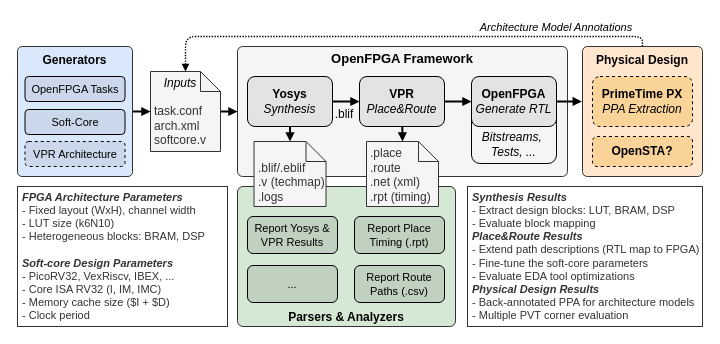
Above: page "platform" (1 of 4) of docs/images/openfpga-softcores.drawio in lnis-uofu/OpenFPGA-Softcores (draw.io), before the change. Source tidied: cells renumbered, new cells numbered last; positions are measured from the earlier drawing's top-left corner, leaving out a move shared by most shapes. Both pictures are drawn from the tidied source at 100%, with x=0, y=0 at pixel (17, 17).
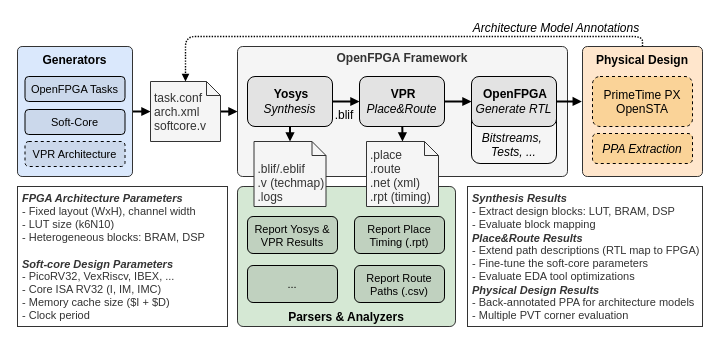
After the change.

The edit, as a diff of the source:
```diff
@@
-    <mxCell id="2" value="Parsers &amp;amp; Analyzers" style="rounded=1;whiteSpace=wrap;html=1;fillColor=#d5e8d4;strokeColor=#333333;fontStyle=1;verticalAlign=bottom;arcSize=4;" parent="1" vertex="1">
+    <mxCell id="2" value="Parsers &amp; Analyzers" style="rounded=1;fillColor=#d5e8d4;strokeColor=#333333;fontStyle=1;verticalAlign=bottom;arcSize=4;" parent="1" vertex="1">
       <mxGeometry x="220" y="169" width="218" height="140" as="geometry" />
     </mxCell>
-    <mxCell id="3" value="&lt;font style=&quot;font-size: 13px;&quot; color=&quot;#000000&quot;&gt;OpenFPGA Framework&lt;/font&gt;" style="rounded=1;whiteSpace=wrap;html=1;fillColor=#f5f5f5;fontColor=#333333;strokeColor=#333333;fontStyle=1;verticalAlign=top;spacingTop=-2;absoluteArcSize=0;imageHeight=24;arcSize=4;" parent="1" vertex="1">
+    <mxCell id="3" value="OpenFPGA Framework" style="rounded=1;fillColor=#f5f5f5;fontColor=#333333;strokeColor=#333333;fontStyle=1;verticalAlign=top;spacingTop=-2;absoluteArcSize=0;imageHeight=24;arcSize=4;" parent="1" vertex="1">
       <mxGeometry x="220" y="29" width="330" height="130" as="geometry" />
     </mxCell>
-    <mxCell id="4" style="rounded=0;jettySize=auto;html=1;entryX=0;entryY=0.5;entryDx=0;entryDy=0;endArrow=block;endFill=1;strokeWidth=2;endSize=4;startSize=4;" parent="1" edge="1" source="6" target="9">
+    <mxCell id="4" style="rounded=0;jettySize=auto;entryX=0;entryY=0.5;entryDx=0;entryDy=0;endArrow=block;endFill=1;strokeWidth=2;endSize=4;startSize=4;" parent="1" edge="1" source="6" target="9">
       <mxGeometry relative="1" as="geometry" />
     </mxCell>
-    <mxCell id="5" style="rounded=0;jettySize=auto;html=1;entryX=0.5;entryY=0;entryDx=0;entryDy=0;entryPerimeter=0;endArrow=block;endFill=1;strokeWidth=2;endSize=4;startSize=4;" parent="1" edge="1" source="6" target="13">
+    <mxCell id="5" style="rounded=0;jettySize=auto;entryX=0.5;entryY=0;entryDx=0;entryDy=0;entryPerimeter=0;endArrow=block;endFill=1;strokeWidth=2;endSize=4;startSize=4;" parent="1" edge="1" source="6" target="13">
       <mxGeometry relative="1" as="geometry" />
     </mxCell>
-    <mxCell id="6" value="&lt;b&gt;Yosys&lt;/b&gt;&lt;br&gt;&lt;i&gt;Synthesis&lt;/i&gt;" style="rounded=1;whiteSpace=wrap;html=1;fillColor=#E3E3E3;strokeColor=#000000;fontColor=#000000;" parent="1" vertex="1">
+    <mxCell id="6" value="&#10;Synthesis" style="rounded=1;fillColor=#E3E3E3;strokeColor=#000000;fontColor=#000000;fontStyle=2;" parent="1" vertex="1">
       <mxGeometry x="230" y="59" width="85" height="50" as="geometry" />
     </mxCell>
-    <mxCell id="7" style="rounded=0;jettySize=auto;html=1;entryX=0;entryY=0.5;entryDx=0;entryDy=0;endArrow=block;endFill=1;strokeWidth=2;endSize=4;startSize=4;" parent="1" edge="1" source="9" target="33">
+    <mxCell id="7" style="rounded=0;jettySize=auto;entryX=0;entryY=0.5;entryDx=0;entryDy=0;endArrow=block;endFill=1;strokeWidth=2;endSize=4;startSize=4;" parent="1" edge="1" source="9" target="33">
       <mxGeometry relative="1" as="geometry" />
     </mxCell>
-    <mxCell id="8" style="rounded=0;jettySize=auto;html=1;entryX=0.5;entryY=0;entryDx=0;entryDy=0;entryPerimeter=0;endArrow=block;endFill=1;strokeWidth=2;endSize=4;startSize=4;" parent="1" edge="1" source="9" target="12">
+    <mxCell id="8" style="rounded=0;jettySize=auto;entryX=0.5;entryY=0;entryDx=0;entryDy=0;entryPerimeter=0;endArrow=block;endFill=1;strokeWidth=2;endSize=4;startSize=4;" parent="1" edge="1" source="9" target="12">
       <mxGeometry relative="1" as="geometry" />
     </mxCell>
-    <mxCell id="9" value="&lt;b&gt;VPR&lt;/b&gt;&lt;br&gt;&lt;i&gt;Place&amp;amp;Route&lt;/i&gt;" style="rounded=1;whiteSpace=wrap;html=1;fillColor=#E3E3E3;strokeColor=#000000;fontColor=#000000;" parent="1" vertex="1">
+    <mxCell id="9" value="&#10;Place&amp;Route" style="rounded=1;fillColor=#E3E3E3;strokeColor=#000000;fontColor=#000000;fontStyle=2;" parent="1" vertex="1">
       <mxGeometry x="342" y="59" width="85" height="50" as="geometry" />
     </mxCell>
-    <mxCell id="10" style="rounded=0;jettySize=auto;html=1;endArrow=block;endFill=1;strokeWidth=2;endSize=4;startSize=4;exitX=1;exitY=0.5;exitDx=0;exitDy=0;entryX=-0.006;entryY=0.423;entryDx=0;entryDy=0;entryPerimeter=0;" parent="1" edge="1" source="33" target="28">
+    <mxCell id="10" style="rounded=0;jettySize=auto;endArrow=block;endFill=1;strokeWidth=2;endSize=4;startSize=4;exitX=1;exitY=0.5;exitDx=0;exitDy=0;entryX=-0.006;entryY=0.423;entryDx=0;entryDy=0;entryPerimeter=0;" parent="1" edge="1" source="33" target="28">
       <mxGeometry relative="1" as="geometry" />
     </mxCell>
-    <mxCell id="11" value=".blif" style="text;html=1;strokeColor=none;fillColor=none;align=center;verticalAlign=middle;whiteSpace=wrap;rounded=0;" parent="1" vertex="1">
+    <mxCell id="11" value=".blif" style="text;strokeColor=none;fillColor=none;align=center;verticalAlign=middle;rounded=0;" parent="1" vertex="1">
       <mxGeometry x="307" y="86.5" width="40" height="20" as="geometry" />
     </mxCell>
-    <mxCell id="12" value="&lt;div&gt;&lt;span&gt;.place&lt;/span&gt;&lt;/div&gt;&lt;div&gt;&lt;span&gt;.route&lt;/span&gt;&lt;/div&gt;&lt;div&gt;&lt;span&gt;.net (xml)&lt;/span&gt;&lt;/div&gt;&lt;div&gt;&lt;span&gt;.rpt (timing)&lt;/span&gt;&lt;/div&gt;" style="shape=note;size=20;whiteSpace=wrap;html=1;align=left;verticalAlign=bottom;spacingTop=0;spacingLeft=2;fillColor=#f5f5f5;strokeColor=#333333;fontColor=#333333;" parent="1" vertex="1">
+    <mxCell id="12" value=".place&#10;.route&#10;.net (xml)&#10;.rpt (timing)" style="shape=note;size=14;align=left;verticalAlign=bottom;spacingTop=0;spacingLeft=2;fillColor=#f5f5f5;strokeColor=#333333;fontColor=#333333;" parent="1" vertex="1">
       <mxGeometry x="349" y="124" width="72" height="65" as="geometry" />
     </mxCell>
-    <mxCell id="13" value="&lt;div&gt;&lt;span style=&quot;background-color: initial;&quot;&gt;.blif/.eblif&lt;/span&gt;&lt;br&gt;&lt;/div&gt;&lt;div&gt;&lt;span style=&quot;background-color: initial;&quot;&gt;.v (techmap)&lt;br&gt;&lt;/span&gt;&lt;span style=&quot;background-color: initial;&quot;&gt;.logs&lt;/span&gt;&lt;/div&gt;" style="shape=note;size=20;whiteSpace=wrap;html=1;align=left;verticalAlign=bottom;spacingTop=0;spacingLeft=2;fillColor=#f5f5f5;strokeColor=#333333;fontColor=#333333;" parent="1" vertex="1">
+    <mxCell id="13" value=".blif/.eblif&#10;.v (techmap)&#10;.logs" style="shape=note;size=14;align=left;verticalAlign=bottom;spacingTop=0;spacingLeft=2;fillColor=#f5f5f5;strokeColor=#333333;fontColor=#333333;" parent="1" vertex="1">
       <mxGeometry x="236.5" y="124" width="72" height="65" as="geometry" />
     </mxCell>
-    <mxCell id="14" style="edgeStyle=none;rounded=0;jettySize=auto;html=1;entryX=0;entryY=0.5;entryDx=0;entryDy=0;entryPerimeter=0;fontSize=11;fontColor=#000000;endArrow=block;endFill=1;strokeWidth=2;endSize=4;startSize=4;" parent="1" edge="1" source="15" target="17">
+    <mxCell id="14" style="edgeStyle=none;rounded=0;jettySize=auto;entryX=0;entryY=0.5;entryDx=0;entryDy=0;entryPerimeter=0;fontSize=11;fontColor=#000000;endArrow=block;endFill=1;strokeWidth=2;endSize=4;startSize=4;" parent="1" edge="1" source="15" target="17">
       <mxGeometry relative="1" as="geometry" />
     </mxCell>
-    <mxCell id="15" value="Generators" style="rounded=1;whiteSpace=wrap;html=1;fillColor=#dae8fc;strokeColor=#333333;fontStyle=1;verticalAlign=top;arcSize=4;" parent="1" vertex="1">
+    <mxCell id="15" value="Generators" style="rounded=1;fillColor=#dae8fc;strokeColor=#333333;fontStyle=1;verticalAlign=top;arcSize=4;" parent="1" vertex="1">
       <mxGeometry y="29" width="115" height="130" as="geometry" />
     </mxCell>
-    <mxCell id="16" style="edgeStyle=none;rounded=0;jettySize=auto;html=1;entryX=0;entryY=0.5;entryDx=0;entryDy=0;fontSize=11;fontColor=#000000;endArrow=block;endFill=1;strokeWidth=2;endSize=4;startSize=4;" parent="1" edge="1" source="17" target="3">
+    <mxCell id="16" style="edgeStyle=none;rounded=0;jettySize=auto;entryX=0;entryY=0.5;entryDx=0;entryDy=0;fontSize=11;fontColor=#000000;endArrow=block;endFill=1;strokeWidth=2;endSize=4;startSize=4;" parent="1" edge="1" source="17" target="3">
       <mxGeometry relative="1" as="geometry" />
     </mxCell>
-    <mxCell id="17" value="&lt;div style=&quot;text-align: center&quot;&gt;&lt;/div&gt;&lt;div style=&quot;text-align: center;&quot;&gt;&lt;i style=&quot;&quot;&gt;&lt;font color=&quot;#000000&quot;&gt;Inputs&lt;/font&gt;&lt;/i&gt;&lt;/div&gt;&lt;div style=&quot;font-weight: bold; text-align: center;&quot;&gt;&lt;b&gt;&lt;br&gt;&lt;/b&gt;&lt;/div&gt;task.conf&lt;br&gt;arch.xml&lt;br&gt;softcore.v" style="shape=note;size=20;whiteSpace=wrap;html=1;align=left;verticalAlign=middle;spacingLeft=2;fillColor=#f5f5f5;strokeColor=#333333;fontColor=#333333;" parent="1" vertex="1">
-      <mxGeometry x="133" y="54" width="70" height="80" as="geometry" />
+    <mxCell id="17" value="task.conf&#10;arch.xml&#10;softcore.v" style="shape=note;size=14;align=left;verticalAlign=middle;spacingLeft=2;fillColor=#f5f5f5;strokeColor=#333333;fontColor=#333333;" parent="1" vertex="1">
+      <mxGeometry x="133" y="64" width="70" height="60" as="geometry" />
     </mxCell>
-    <mxCell id="18" value="OpenFPGA Tasks" style="rounded=1;whiteSpace=wrap;html=1;fontSize=11;strokeColor=#000000;fillColor=#CBD8EB;" parent="1" vertex="1">
+    <mxCell id="18" value="OpenFPGA Tasks" style="rounded=1;fontSize=11;strokeColor=#000000;fillColor=#CBD8EB;" parent="1" vertex="1">
       <mxGeometry x="7.5" y="59" width="100" height="25" as="geometry" />
     </mxCell>
-    <mxCell id="19" value="VPR Architecture" style="rounded=1;whiteSpace=wrap;html=1;fontSize=11;strokeColor=#000000;dashed=1;fillColor=#CBD8EB;" parent="1" vertex="1">
+    <mxCell id="19" value="VPR Architecture" style="rounded=1;fontSize=11;strokeColor=#000000;dashed=1;fillColor=#CBD8EB;" parent="1" vertex="1">
       <mxGeometry x="7.5" y="124" width="100" height="25" as="geometry" />
     </mxCell>
-    <mxCell id="20" value="Soft-Core" style="rounded=1;whiteSpace=wrap;html=1;fontSize=11;strokeColor=#000000;fillColor=#CBD8EB;" parent="1" vertex="1">
+    <mxCell id="20" value="Soft-Core" style="rounded=1;fontSize=11;strokeColor=#000000;fillColor=#CBD8EB;" parent="1" vertex="1">
       <mxGeometry x="7.5" y="92" width="100" height="25" as="geometry" />
     </mxCell>
-    <mxCell id="21" value="&lt;i&gt;&lt;b&gt;FPGA Architecture Parameters&lt;/b&gt;&lt;br&gt;&lt;/i&gt;-&amp;nbsp;Fixed layout (WxH), channel width&lt;br&gt;- LUT size (k6N10)&lt;br&gt;- Heterogeneous blocks: BRAM, DSP&lt;br&gt;&lt;br&gt;&lt;i&gt;&lt;b&gt;Soft-core Design Parameters&lt;/b&gt;&amp;nbsp;&lt;br&gt;&lt;/i&gt;- PicoRV32, VexRiscv, IBEX, ...&lt;br&gt;- Core ISA RV32 (I, IM, IMC)&lt;br&gt;- Memory cache size ($I + $D)&lt;br&gt;- Clock period" style="rounded=0;whiteSpace=wrap;html=1;fontSize=11;fontColor=#333333;strokeColor=#333333;align=left;verticalAlign=middle;spacingLeft=3;" parent="1" vertex="1">
+    <mxCell id="21" value="&#10;- Fixed layout (WxH), channel width&#10;- LUT size (k6N10)&#10;- Heterogeneous blocks: BRAM, DSP&#10;&#10; &#10;- PicoRV32, VexRiscv, IBEX, ...&#10;- Core ISA RV32 (I, IM, IMC)&#10;- Memory cache size ($I + $D)&#10;- Clock period" style="rounded=0;fontSize=11;fontColor=#333333;strokeColor=#333333;align=left;verticalAlign=middle;spacingLeft=3;" parent="1" vertex="1">
       <mxGeometry y="169" width="210" height="140" as="geometry" />
     </mxCell>
-    <mxCell id="22" value="Report Yosys &amp;amp; VPR Results" style="rounded=1;fontSize=11;strokeColor=#000000;fillColor=#C0D1BF;whiteSpace=wrap;html=1;" parent="1" vertex="1">
+    <mxCell id="22" value="Report Yosys &amp;&#10;VPR Results" style="rounded=1;fontSize=11;strokeColor=#000000;fillColor=#C0D1BF;" parent="1" vertex="1">
       <mxGeometry x="230" y="199" width="90" height="37" as="geometry" />
     </mxCell>
-    <mxCell id="23" value="Report Place Timing (.rpt)" style="rounded=1;whiteSpace=wrap;html=1;fontSize=11;strokeColor=#000000;fillColor=#C0D1BF;" parent="1" vertex="1">
+    <mxCell id="23" value="Report Place&#10;Timing (.rpt)" style="rounded=1;fontSize=11;strokeColor=#000000;fillColor=#C0D1BF;" parent="1" vertex="1">
       <mxGeometry x="337" y="199" width="90" height="37" as="geometry" />
     </mxCell>
-    <mxCell id="24" value="..." style="rounded=1;whiteSpace=wrap;html=1;fontSize=11;strokeColor=#000000;fillColor=#C0D1BF;" parent="1" vertex="1">
+    <mxCell id="24" value="..." style="rounded=1;fontSize=11;strokeColor=#000000;fillColor=#C0D1BF;" parent="1" vertex="1">
       <mxGeometry x="230" y="248" width="90" height="37" as="geometry" />
     </mxCell>
-    <mxCell id="25" value="&lt;i&gt;&lt;b&gt;Synthesis Results&lt;/b&gt;&lt;br&gt;&lt;/i&gt;- Extract design blocks: LUT, BRAM, DSP&lt;br&gt;- Evaluate block mapping&lt;br&gt;&lt;i&gt;&lt;b&gt;Place&amp;amp;Route Results&lt;/b&gt;&lt;br&gt;&lt;/i&gt;- Extend path descriptions (RTL map to FPGA)&lt;br&gt;- Fine-tune the soft-core parameters&amp;nbsp;&lt;br&gt;- Evaluate EDA tool optimizations&lt;br&gt;&lt;b&gt;&lt;i&gt;Physical Design Results&lt;br&gt;&lt;/i&gt;&lt;/b&gt;- Back-annotated PPA for architecture models&amp;nbsp;&amp;nbsp;&lt;br&gt;- Multiple PVT corner evaluation" style="rounded=0;whiteSpace=wrap;html=1;fontSize=11;fontColor=#333333;strokeColor=#333333;align=left;verticalAlign=middle;spacingLeft=3;" parent="1" vertex="1">
+    <mxCell id="25" value="&#10;- Extract design blocks: LUT, BRAM, DSP&#10;- Evaluate block mapping&#10;&#10;- Extend path descriptions (RTL map to FPGA)&#10;- Fine-tune the soft-core parameters &#10;- Evaluate EDA tool optimizations&#10;&#10;- Back-annotated PPA for architecture models  &#10;- Multiple PVT corner evaluation" style="rounded=0;fontSize=11;fontColor=#333333;strokeColor=#333333;align=left;verticalAlign=middle;spacingLeft=3;" parent="1" vertex="1">
       <mxGeometry x="450" y="169" width="235" height="140" as="geometry" />
     </mxCell>
-    <mxCell id="26" value="Report Route Paths (.csv)" style="rounded=1;whiteSpace=wrap;html=1;fontSize=11;strokeColor=#000000;fillColor=#C0D1BF;" parent="1" vertex="1">
+    <mxCell id="26" value="Report Route&#10;Paths (.csv)" style="rounded=1;fontSize=11;strokeColor=#000000;fillColor=#C0D1BF;" parent="1" vertex="1">
       <mxGeometry x="337" y="248" width="90" height="37" as="geometry" />
     </mxCell>
-    <mxCell id="27" style="edgeStyle=orthogonalEdgeStyle;rounded=1;jettySize=auto;html=1;entryX=0.5;entryY=0;entryDx=0;entryDy=0;entryPerimeter=0;exitX=0.5;exitY=0;exitDx=0;exitDy=0;endArrow=block;endFill=1;strokeWidth=1.4;endSize=4;startSize=4;arcSize=20;jumpStyle=none;dashed=1;dashPattern=1 1;" parent="1" edge="1" source="28" target="17">
+    <mxCell id="27" style="edgeStyle=orthogonalEdgeStyle;rounded=1;jettySize=auto;entryX=0.5;entryY=0;entryDx=0;entryDy=0;entryPerimeter=0;exitX=0.5;exitY=0;exitDx=0;exitDy=0;endArrow=block;endFill=1;strokeWidth=1.4;endSize=4;startSize=4;arcSize=20;jumpStyle=none;dashed=1;dashPattern=1 1;" parent="1" edge="1" source="28" target="17">
       <mxGeometry relative="1" as="geometry">
         <Array as="points">
           <mxPoint x="625" y="19" />
           <mxPoint x="168" y="19" />
         </Array>
       </mxGeometry>
     </mxCell>
-    <mxCell id="28" value="&lt;b&gt;Physical Design&lt;/b&gt;" style="rounded=1;whiteSpace=wrap;html=1;align=center;spacingLeft=0;fillColor=#ffe6cc;strokeColor=#333333;arcSize=4;verticalAlign=top;" parent="1" vertex="1">
+    <mxCell id="28" value="Physical Design" style="rounded=1;align=center;spacingLeft=0;fillColor=#ffe6cc;strokeColor=#333333;arcSize=4;verticalAlign=top;fontStyle=1;" parent="1" vertex="1">
       <mxGeometry x="565" y="29" width="120" height="130" as="geometry" />
     </mxCell>
-    <mxCell id="29" value="&lt;b&gt;PrimeTime PX&lt;/b&gt;&lt;br&gt;&lt;i&gt;PPA Extraction&lt;/i&gt;" style="rounded=1;whiteSpace=wrap;html=1;align=center;spacingLeft=0;fillColor=#FAD398;strokeColor=#000000;dashed=1;" parent="1" vertex="1">
-      <mxGeometry x="575" y="59" width="100" height="50" as="geometry" />
+    <mxCell id="29" value="PPA Extraction" style="rounded=1;align=center;spacingLeft=0;fillColor=#FAD398;strokeColor=#000000;dashed=1;fontStyle=2;" parent="1" vertex="1">
+      <mxGeometry x="575" y="116" width="100" height="30" as="geometry" />
     </mxCell>
-    <mxCell id="30" value="&lt;b&gt;OpenSTA?&lt;/b&gt;" style="rounded=1;whiteSpace=wrap;html=1;align=center;spacingLeft=0;fillColor=#FAD398;strokeColor=#000000;dashed=1;" parent="1" vertex="1">
-      <mxGeometry x="575" y="119" width="100" height="30" as="geometry" />
+    <mxCell id="30" value="PrimeTime PX&#10;OpenSTA" style="rounded=1;align=center;spacingLeft=0;fillColor=#FAD398;strokeColor=#000000;dashed=1;" parent="1" vertex="1">
+      <mxGeometry x="575" y="59" width="100" height="50" as="geometry" />
     </mxCell>
-    <mxCell id="31" value="&lt;span style=&quot;font-size: 11px;&quot;&gt;&lt;i&gt;Architecture Model Annotations&lt;/i&gt;&lt;/span&gt;" style="text;html=1;strokeColor=none;fillColor=none;align=center;verticalAlign=middle;whiteSpace=wrap;rounded=0;dashed=1;" parent="1" vertex="1">
+    <mxCell id="31" value="Architecture Model Annotations" style="text;strokeColor=none;fillColor=none;align=center;verticalAlign=middle;rounded=0;dashed=1;fontStyle=2;" parent="1" vertex="1">
       <mxGeometry x="454" width="170" height="20" as="geometry" />
     </mxCell>
-    <mxCell id="32" value="&lt;div&gt;&lt;i&gt;Bitstreams,&amp;nbsp;&lt;/i&gt;&lt;/div&gt;&lt;div&gt;&lt;i&gt;Tests, ...&lt;/i&gt;&lt;br&gt;&lt;/div&gt;" style="rounded=1;whiteSpace=wrap;html=1;align=center;spacingLeft=0;fillColor=#F5F5F5;fontColor=#000000;strokeColor=#000000;verticalAlign=bottom;spacingBottom=2;" parent="1" vertex="1">
+    <mxCell id="32" value="Bitstreams, &#10;Tests, ..." style="rounded=1;align=center;spacingLeft=0;fillColor=#F5F5F5;fontColor=#000000;strokeColor=#000000;verticalAlign=bottom;spacingBottom=2;fontStyle=2;" parent="1" vertex="1">
       <mxGeometry x="454" y="89" width="85" height="57" as="geometry" />
     </mxCell>
-    <mxCell id="33" value="&lt;div&gt;&lt;b&gt;OpenFPGA&lt;/b&gt;&lt;/div&gt;&lt;i&gt;&lt;div&gt;&lt;i&gt;Generate RTL&lt;/i&gt;&lt;/div&gt;&lt;/i&gt;" style="rounded=1;whiteSpace=wrap;html=1;align=center;spacingLeft=0;fillColor=#E3E3E3;fontColor=#000000;strokeColor=#000000;" parent="1" vertex="1">
+    <mxCell id="33" value="&#10;Generate RTL" style="rounded=1;align=center;spacingLeft=0;fillColor=#E3E3E3;fontColor=#000000;strokeColor=#000000;fontStyle=2;" parent="1" vertex="1">
       <mxGeometry x="454" y="59" width="85" height="50" as="geometry" />
     </mxCell>
+    <mxCell id="34" value="Synthesis Results" style="rounded=0;fontSize=11;fontColor=#333333;strokeColor=none;align=left;verticalAlign=middle;spacingLeft=3;labelBackgroundColor=none;fontStyle=3;fillColor=none;" parent="1" vertex="1">
+      <mxGeometry x="450" y="175" width="230" height="10" as="geometry" />
+    </mxCell>
+    <mxCell id="35" value="Place&amp;Route Results" style="rounded=0;fontSize=11;fontColor=#333333;strokeColor=none;align=left;verticalAlign=middle;spacingLeft=3;labelBackgroundColor=none;fontStyle=3;fillColor=none;" parent="1" vertex="1">
+      <mxGeometry x="450" y="215.5" width="230" height="10" as="geometry" />
+    </mxCell>
+    <mxCell id="36" value="Physical Design Results" style="rounded=0;fontSize=11;fontColor=#333333;strokeColor=none;align=left;verticalAlign=middle;spacingLeft=3;labelBackgroundColor=none;fontStyle=3;fillColor=none;" parent="1" vertex="1">
+      <mxGeometry x="450" y="267.5" width="230" height="10" as="geometry" />
+    </mxCell>
+    <mxCell id="37" value="FPGA Architecture Parameters" style="rounded=0;fontSize=11;fontColor=#333333;strokeColor=none;align=left;verticalAlign=middle;spacingLeft=3;labelBackgroundColor=none;fontStyle=3;fillColor=none;" parent="1" vertex="1">
+      <mxGeometry y="175" width="210" height="10" as="geometry" />
+    </mxCell>
+    <mxCell id="38" value="Soft-core Design Parameters" style="rounded=0;fontSize=11;fontColor=#333333;strokeColor=none;align=left;verticalAlign=middle;spacingLeft=3;labelBackgroundColor=none;fontStyle=3;fillColor=none;" parent="1" vertex="1">
+      <mxGeometry y="241" width="210" height="10" as="geometry" />
+    </mxCell>
+    <mxCell id="39" value="Yosys" style="rounded=0;fontSize=12;fontColor=#000000;strokeColor=none;align=center;verticalAlign=middle;spacingLeft=3;labelBackgroundColor=none;fontStyle=1;fillColor=none;" parent="1" vertex="1">
+      <mxGeometry x="230" y="71" width="85" height="10" as="geometry" />
+    </mxCell>
+    <mxCell id="40" value="VPR" style="rounded=0;fontSize=12;fontColor=#000000;strokeColor=none;align=center;verticalAlign=middle;spacingLeft=3;labelBackgroundColor=none;fontStyle=1;fillColor=none;" parent="1" vertex="1">
+      <mxGeometry x="342" y="71" width="85" height="10" as="geometry" />
+    </mxCell>
+    <mxCell id="41" value="OpenFPGA" style="rounded=0;fontSize=12;fontColor=#000000;strokeColor=none;align=center;verticalAlign=middle;spacingLeft=3;labelBackgroundColor=none;fontStyle=1;fillColor=none;" parent="1" vertex="1">
+      <mxGeometry x="454" y="71" width="85" height="10" as="geometry" />
+    </mxCell>
```
